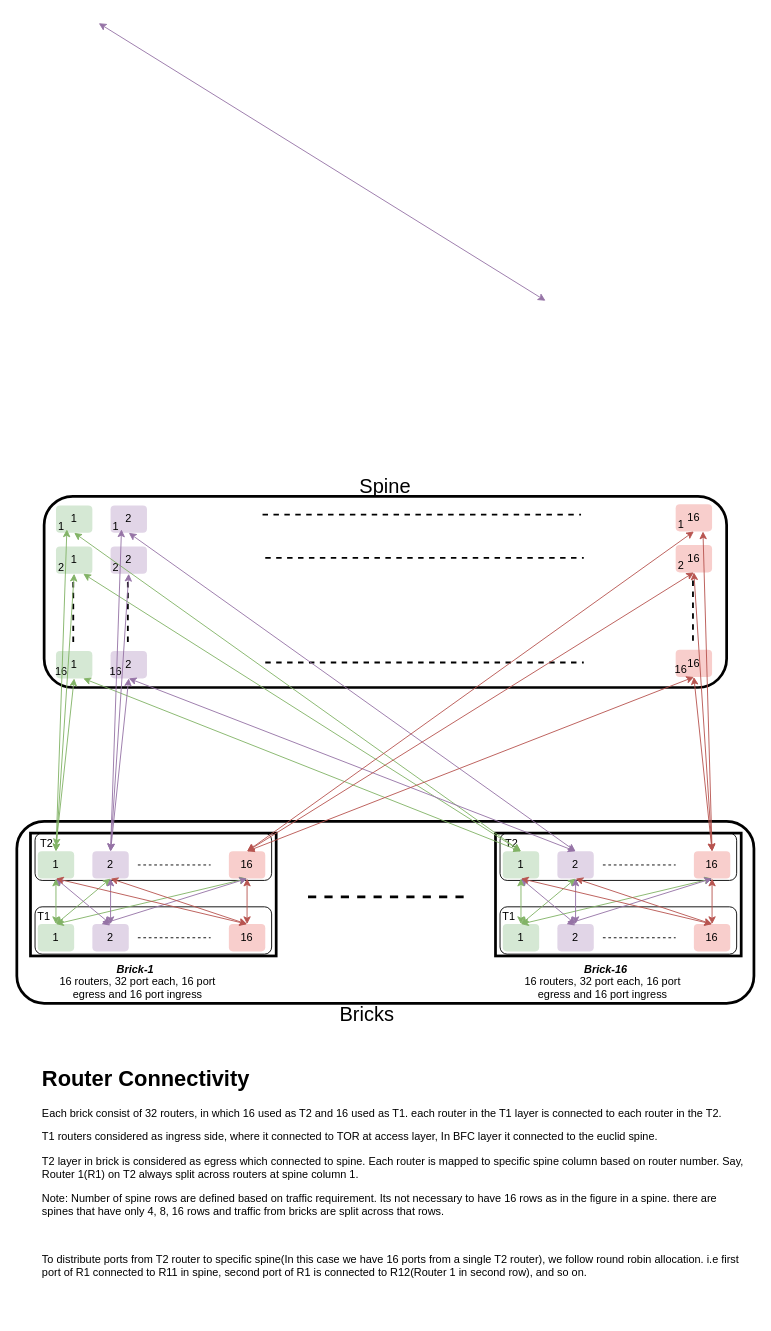
Above: aws-brick-spine-clos-network.drawio in sugchand/drawio (draw.io), before the change. Source tidied: cells renumbered, new cells numbered last; positions are measured from the earlier drawing's top-left corner, leaving out a move shared by most shapes. Both pictures are drawn from the tidied source at 91%, with x=0, y=0 at pixel (16, 23).
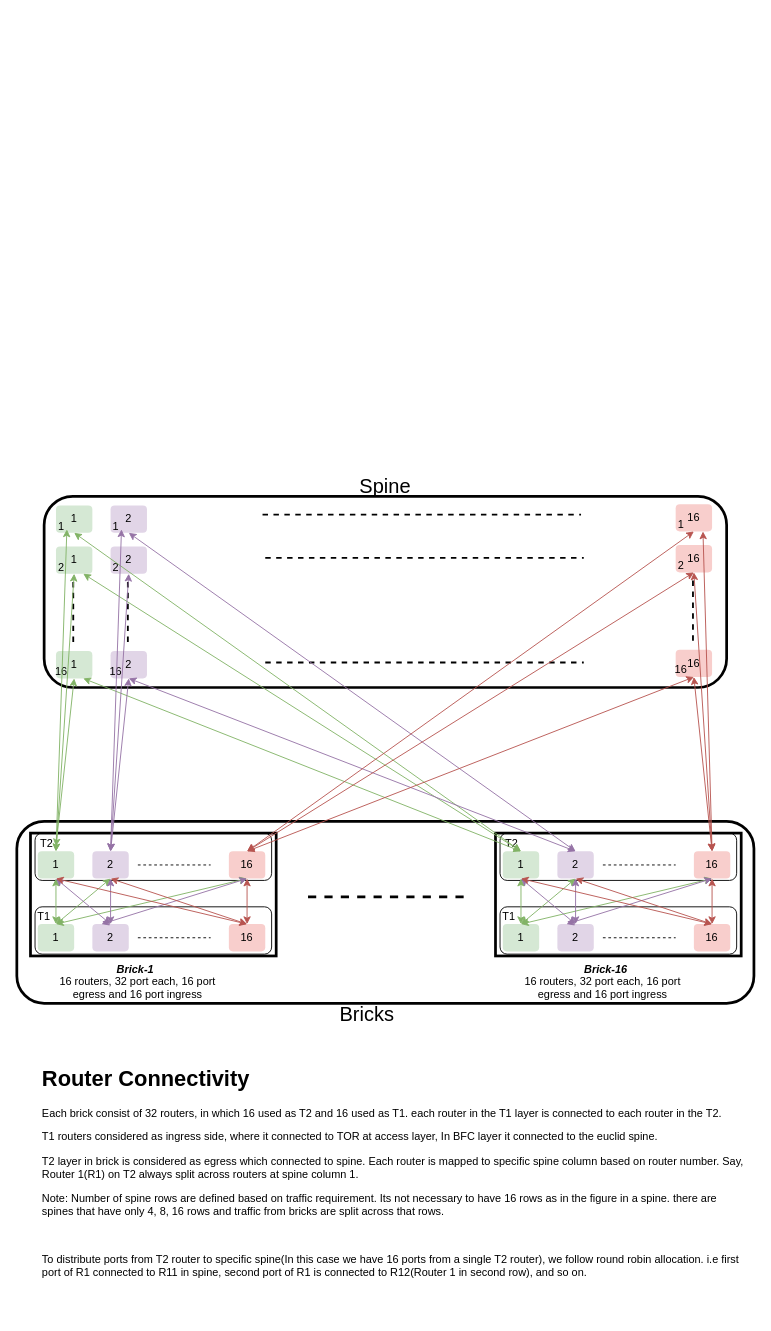
After the change.

Change to the diagram source:
```diff
@@
-    <mxCell id="2" style="endArrow=classic;startArrow=classic;html=1;strokeWidth=1;fillColor=#e1d5e7;strokeColor=#9673a6;exitX=0.5;exitY=0;exitDx=0;exitDy=0;entryX=0.5;entryY=1;entryDx=0;entryDy=0;" parent="1" edge="1">
-      <mxGeometry relative="1" as="geometry">
-        <mxPoint x="581" y="305" as="sourcePoint" />
-        <mxPoint x="90" as="targetPoint" />
-      </mxGeometry>
-    </mxCell>
```
